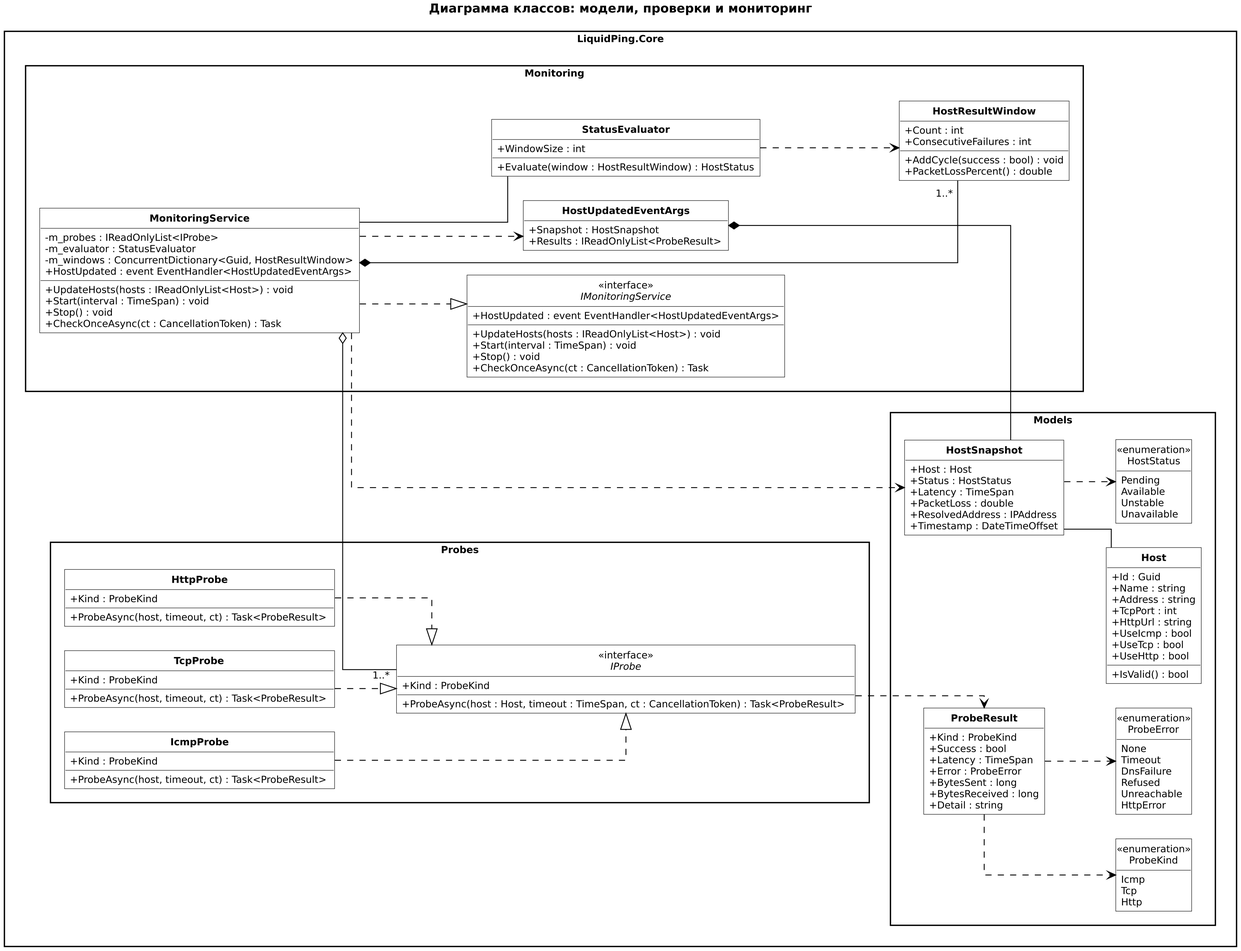
Before: docs/uml/img/class-monitoring.png, a diagram exported from PlantUML (Levandovskii/liquid-ping). Its source is kept beside it as docs/uml/src/class-monitoring.puml.
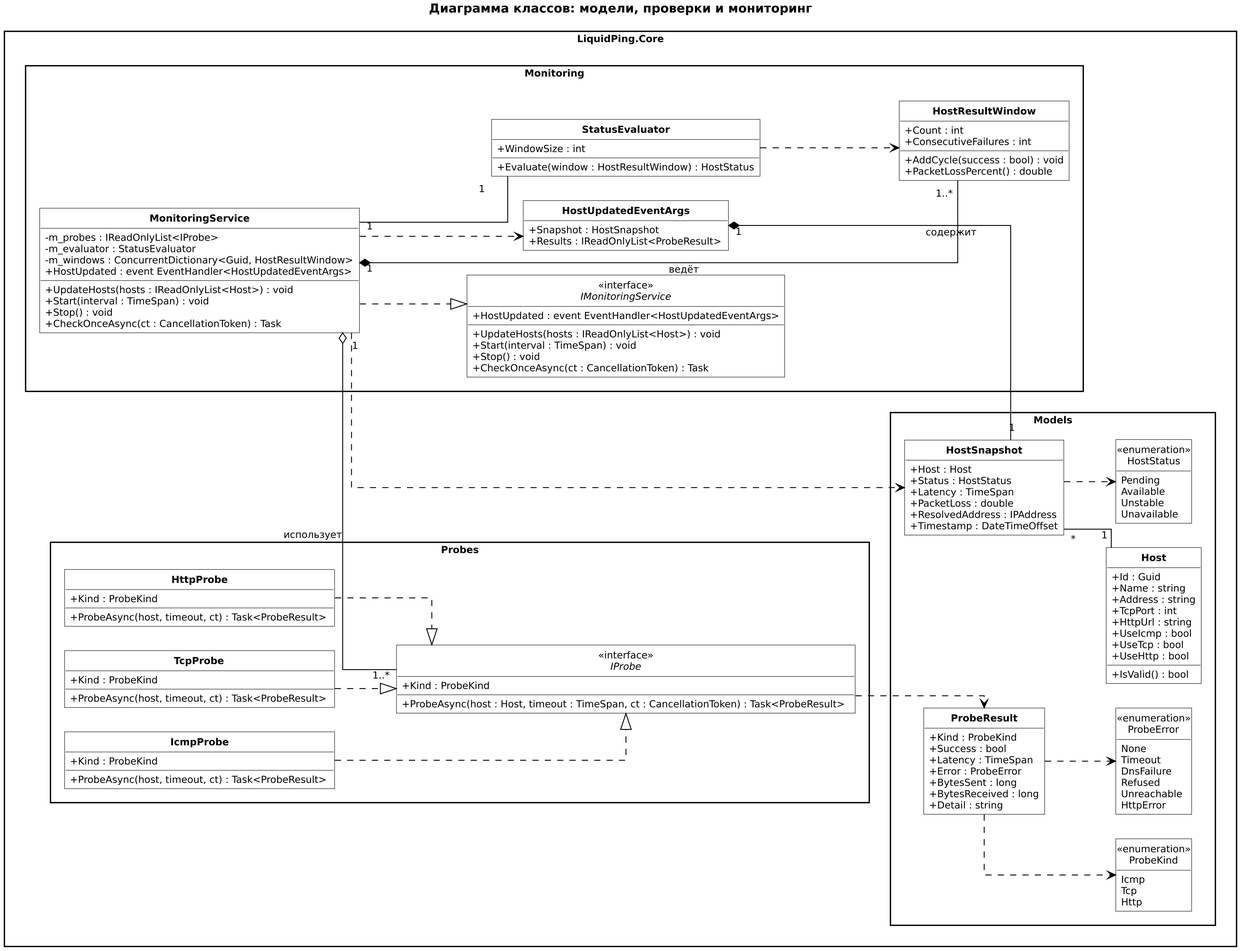
After the change.

Diff of the diagram source:
```diff
@@ -147,15 +147,15 @@
 HttpProbe ..|> IProbe
 
 MonitoringService ..|> IMonitoringService
-MonitoringService o-- "1..*" IProbe
-MonitoringService -- StatusEvaluator
-MonitoringService *-- "1..*" HostResultWindow
+MonitoringService "1" o-- "1..*" IProbe : использует
+MonitoringService "1" -- "1" StatusEvaluator
+MonitoringService "1" *-- "1..*" HostResultWindow : ведёт
 MonitoringService ..> HostSnapshot
 MonitoringService ..> HostUpdatedEventArgs
-HostUpdatedEventArgs *-- HostSnapshot
+HostUpdatedEventArgs "1" *-- "1" HostSnapshot : содержит
 
 StatusEvaluator ..> HostResultWindow
-HostSnapshot -- Host
+HostSnapshot "*" -- "1" Host
 HostSnapshot ..> HostStatus
 ProbeResult ..> ProbeKind
 ProbeResult ..> ProbeError
```
